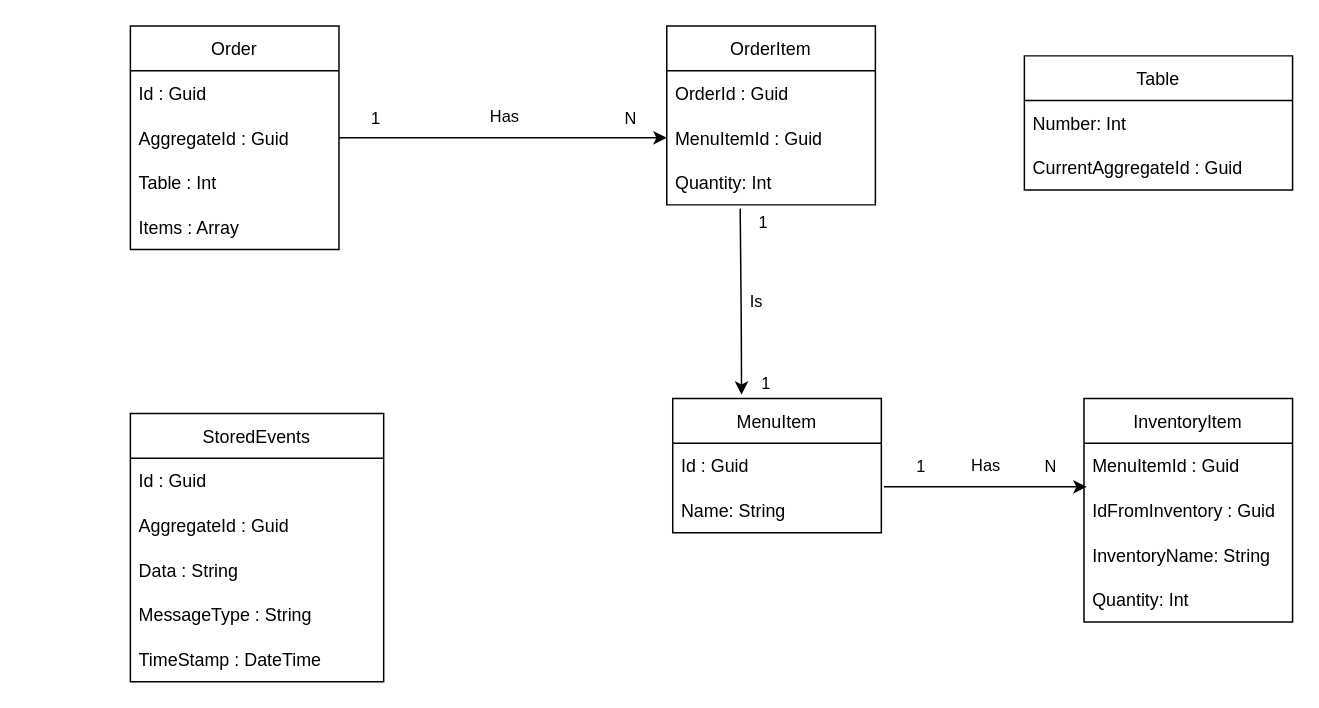
Above: Images/kitchenschema.drawio in RobertoFreireFerrazPassos/EventSourcing-and-Cqrs (draw.io), before the change. Source tidied: cells renumbered, new cells numbered last; positions are measured from the earlier drawing's top-left corner, leaving out a move shared by most shapes. Both pictures are drawn from the tidied source at 149%, with x=0, y=0 at pixel (130, 25).
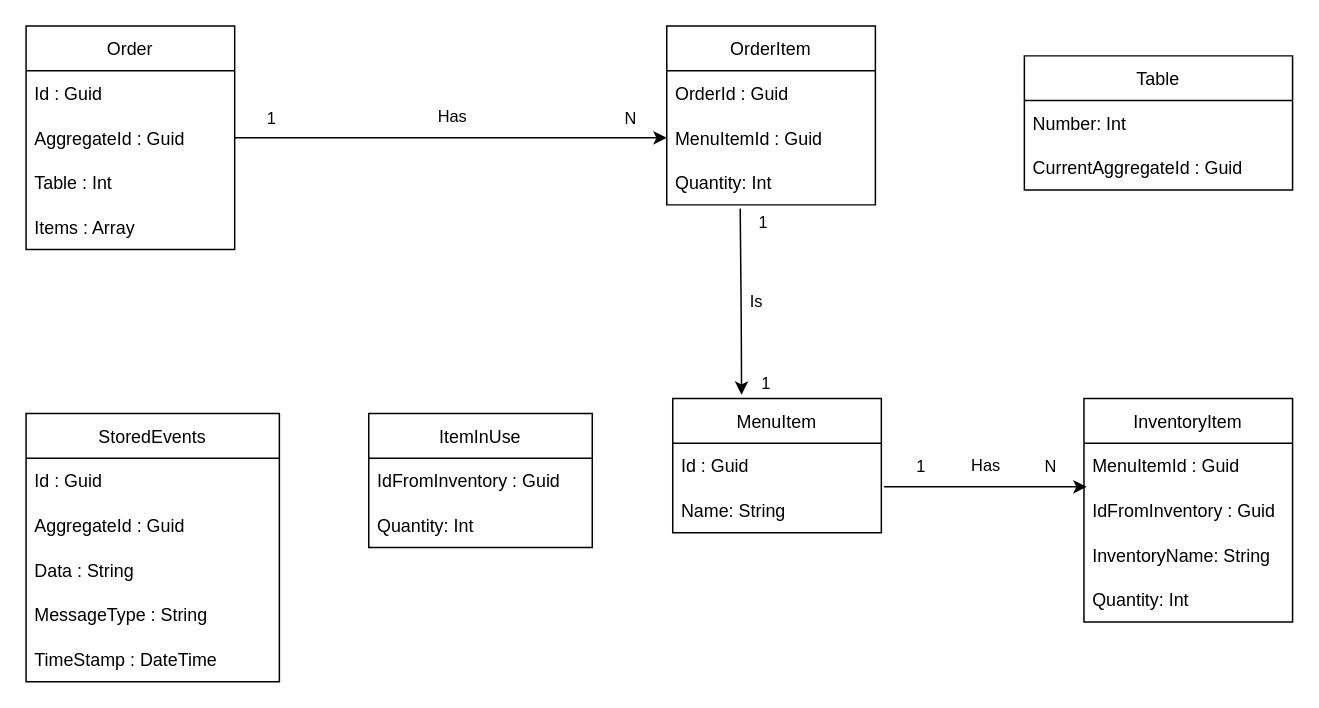
The same diagram, later.

Commit message (it also covers changes not shown here):
Update kicthen schema

Change to the diagram source:
```diff
@@
     <mxCell id="14" value="Order" style="swimlane;fontStyle=0;horizontal=1;startSize=30;" parent="1" vertex="1">
-      <mxGeometry width="140" height="150" as="geometry" />
+      <mxGeometry x="-70" width="140" height="150" as="geometry" />
     </mxCell>
@@
     <mxCell id="34" value="StoredEvents" style="swimlane;fontStyle=0;horizontal=1;startSize=30;" parent="1" vertex="1">
-      <mxGeometry y="260" width="170" height="180" as="geometry" />
+      <mxGeometry x="-70" y="260" width="170" height="180" as="geometry" />
     </mxCell>
@@
+    <mxCell id="40" value="ItemInUse" style="swimlane;fontStyle=0;horizontal=1;startSize=30;" parent="1" vertex="1">
+      <mxGeometry x="160" y="260" width="150" height="90" as="geometry" />
+    </mxCell>
+    <mxCell id="41" value="IdFromInventory : Guid" style="text;strokeColor=none;fillColor=none;align=left;verticalAlign=middle;spacingLeft=4;spacingRight=4;overflow=hidden;" parent="40" vertex="1">
+      <mxGeometry y="30" width="150" height="30" as="geometry" />
+    </mxCell>
+    <mxCell id="42" value="Quantity: Int" style="text;strokeColor=none;fillColor=none;align=left;verticalAlign=middle;spacingLeft=4;spacingRight=4;overflow=hidden;" parent="40" vertex="1">
+      <mxGeometry y="60" width="150" height="30" as="geometry" />
+    </mxCell>
```
